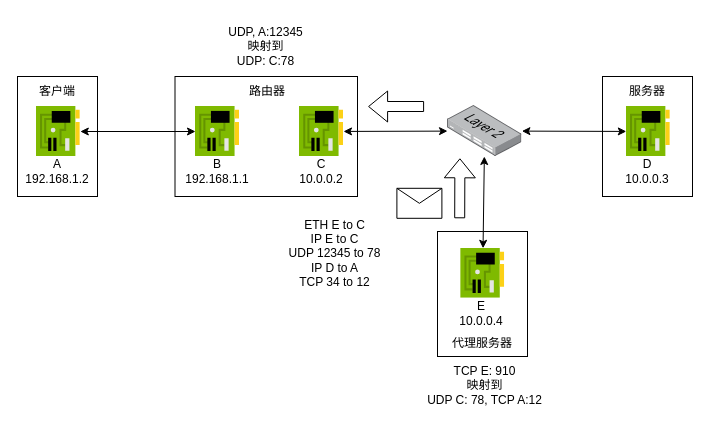
The draw.io diagram example_step10.dio in N2Sys-EDU/Lab3-Documentation, before the edit. Source tidied: cells renumbered, new cells numbered last; positions are measured from the earlier drawing's top-left corner, leaving out a move shared by most shapes. Both pictures are drawn from the tidied source at 100%, with x=0, y=0 at pixel (17, 17).
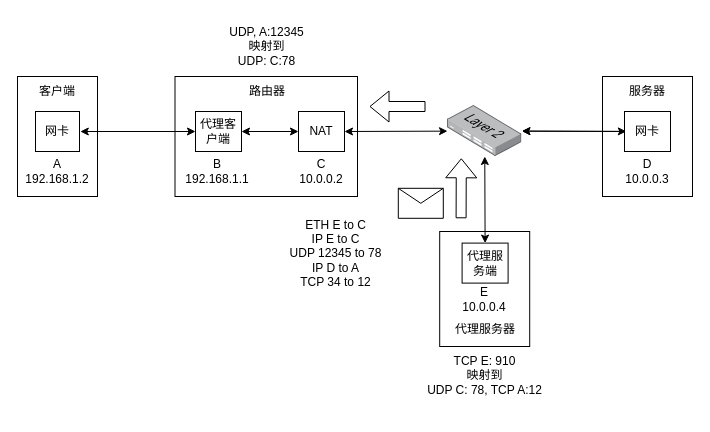
The same page after the edit.

The edit, as a diff of the source:
```diff
@@
     <mxCell id="2" style="shape=message;html=1;html=1;labelPosition=center;verticalLabelPosition=bottom;align=center;verticalAlign=top;" parent="1" vertex="1">
-      <mxGeometry x="379.4" y="170.8" width="45" height="30" as="geometry" />
+      <mxGeometry x="380.8" y="170.8" width="45" height="30" as="geometry" />
     </mxCell>
     <mxCell id="3" style="shape=flexArrow;endArrow=classic;html=1;" parent="1" edge="1">
       <mxGeometry relative="1" as="geometry">
-        <mxPoint x="442.2" y="200.8" as="sourcePoint" />
-        <mxPoint x="442.4" y="140.8" as="targetPoint" />
+        <mxPoint x="443.6" y="200.8" as="sourcePoint" />
+        <mxPoint x="443.8" y="140.8" as="targetPoint" />
       </mxGeometry>
     </mxCell>
     <mxCell id="4" value="ETH E to C&lt;br&gt;IP E to C&lt;br&gt;UDP 12345 to 78&lt;br&gt;IP D to A&lt;br&gt;TCP 34 to 12" style="text;html=1;strokeColor=none;fillColor=none;align=center;verticalAlign=middle;whiteSpace=wrap;rounded=0;" parent="1" vertex="1">
-      <mxGeometry x="256.9" y="190.8" width="121.2" height="90" as="geometry" />
+      <mxGeometry x="258.2" y="190.8" width="121.2" height="90" as="geometry" />
     </mxCell>
+    <mxCell id="30" style="shape=flexArrow;endArrow=classic;html=1;" parent="1" edge="1">
+      <mxGeometry relative="1" as="geometry">
+        <mxPoint x="408" y="89" as="sourcePoint" />
+        <mxPoint x="352" y="89" as="targetPoint" />
+      </mxGeometry>
+    </mxCell>
+    <mxCell id="6" value="TCP E: 910&lt;br&gt;映射到&lt;br&gt;UDP C: 78, TCP A:12" style="text;html=1;strokeColor=none;fillColor=none;align=center;verticalAlign=middle;whiteSpace=wrap;rounded=0;" parent="1" vertex="1">
+      <mxGeometry x="407" y="329" width="121.2" height="58.2" as="geometry" />
+    </mxCell>
     <mxCell id="5" value="UDP, A:12345&lt;br&gt;映射到&lt;br&gt;UDP: C:78" style="text;html=1;strokeColor=none;fillColor=none;align=center;verticalAlign=middle;whiteSpace=wrap;rounded=0;" parent="1" vertex="1">
-      <mxGeometry x="188.1" y="-0.1" width="121.2" height="59.1" as="geometry" />
+      <mxGeometry x="189.4" y="-0.1" width="121.2" height="59.1" as="geometry" />
     </mxCell>
-    <mxCell id="6" value="TCP E: 910&lt;br&gt;映射到&lt;br&gt;UDP C: 78, TCP A:12" style="text;html=1;strokeColor=none;fillColor=none;align=center;verticalAlign=middle;whiteSpace=wrap;rounded=0;" parent="1" vertex="1">
-      <mxGeometry x="406.6" y="339" width="121.2" height="58.2" as="geometry" />
-    </mxCell>
-    <mxCell id="7" style="rounded=0;whiteSpace=wrap;html=1;" parent="1" vertex="1">
-      <mxGeometry x="585" y="59" width="90" height="120" as="geometry" />
-    </mxCell>
-    <mxCell id="8" style="rounded=0;whiteSpace=wrap;html=1;" parent="1" vertex="1">
-      <mxGeometry x="420" y="214" width="90" height="125" as="geometry" />
-    </mxCell>
-    <mxCell id="9" style="rounded=0;whiteSpace=wrap;html=1;" parent="1" vertex="1">
-      <mxGeometry x="157.5" y="59" width="182.5" height="120" as="geometry" />
-    </mxCell>
-    <mxCell id="10" style="rounded=0;whiteSpace=wrap;html=1;" parent="1" vertex="1">
-      <mxGeometry y="59" width="80" height="120" as="geometry" />
-    </mxCell>
+    <mxCell id="31" style="rounded=0;whiteSpace=wrap;html=1;" parent="1" vertex="1">
+      <mxGeometry x="585" y="59" width="90" height="120" as="geometry" />
+    </mxCell>
+    <mxCell id="32" style="rounded=0;whiteSpace=wrap;html=1;" parent="1" vertex="1">
+      <mxGeometry x="422.2" y="214" width="90" height="115" as="geometry" />
+    </mxCell>
+    <mxCell id="33" style="rounded=0;whiteSpace=wrap;html=1;" parent="1" vertex="1">
+      <mxGeometry x="157.5" y="59" width="182.5" height="120" as="geometry" />
+    </mxCell>
+    <mxCell id="34" style="rounded=0;whiteSpace=wrap;html=1;" parent="1" vertex="1">
+      <mxGeometry y="59" width="80" height="120" as="geometry" />
+    </mxCell>
@@
-    <mxCell id="12" style="sketch=0;html=1;points=[];align=center;image;fontSize=12;image=img/lib/mscae/NetworkInterfaceCard.svg;" parent="1" vertex="1">
-      <mxGeometry x="178" y="89" width="44" height="50" as="geometry" />
-    </mxCell>
-    <mxCell id="13" style="sketch=0;html=1;points=[];align=center;image;fontSize=12;image=img/lib/mscae/NetworkInterfaceCard.svg;" parent="1" vertex="1">
-      <mxGeometry x="18.8" y="89" width="44" height="50" as="geometry" />
-    </mxCell>
@@
-    <mxCell id="17" style="endArrow=classic;startArrow=classic;html=1;" parent="1" edge="1" source="13" target="12">
-      <mxGeometry relative="1" as="geometry" />
-    </mxCell>
-    <mxCell id="18" style="sketch=0;html=1;points=[];align=center;image;fontSize=12;image=img/lib/mscae/NetworkInterfaceCard.svg;" parent="1" vertex="1">
-      <mxGeometry x="282" y="89" width="44" height="50" as="geometry" />
-    </mxCell>
+    <mxCell id="35" style="endArrow=classic;startArrow=classic;html=1;" parent="1" edge="1">
+      <mxGeometry relative="1" as="geometry">
+        <mxPoint x="62.8" y="114" as="sourcePoint" />
+        <mxPoint x="178" y="114" as="targetPoint" />
+      </mxGeometry>
+    </mxCell>
@@
-    <mxCell id="21" style="sketch=0;html=1;points=[];align=center;image;fontSize=12;image=img/lib/mscae/NetworkInterfaceCard.svg;" parent="1" vertex="1">
-      <mxGeometry x="608.8" y="89" width="44" height="50" as="geometry" />
-    </mxCell>
@@
-    <mxCell id="23" style="endArrow=classic;startArrow=classic;html=1;" parent="1" edge="1" source="18" target="24">
-      <mxGeometry relative="1" as="geometry" />
-    </mxCell>
-    <mxCell id="24" style="points=[];html=1;align=center;shadow=0;dashed=0;image;image=img/lib/allied_telesis/switch/Switch_24_port_L2.svg;" parent="1" vertex="1">
-      <mxGeometry x="430" y="88" width="74.4" height="51" as="geometry" />
-    </mxCell>
-    <mxCell id="25" style="endArrow=classic;startArrow=classic;html=1;" parent="1" edge="1" source="24" target="21">
-      <mxGeometry relative="1" as="geometry" />
-    </mxCell>
+    <mxCell id="36" style="endArrow=classic;startArrow=classic;html=1;exitX=1;exitY=0.5;exitDx=0;exitDy=0;" parent="1" edge="1" source="43" target="37">
+      <mxGeometry relative="1" as="geometry" />
+    </mxCell>
+    <mxCell id="37" style="points=[];html=1;align=center;shadow=0;dashed=0;image;image=img/lib/allied_telesis/switch/Switch_24_port_L2.svg;" parent="1" vertex="1">
+      <mxGeometry x="430" y="88" width="74.4" height="51" as="geometry" />
+    </mxCell>
+    <mxCell id="38" style="endArrow=classic;startArrow=classic;html=1;" parent="1" edge="1" source="37">
+      <mxGeometry relative="1" as="geometry">
+        <mxPoint x="608.8" y="113.9" as="targetPoint" />
+      </mxGeometry>
+    </mxCell>
     <mxCell id="26" value="代理服务器" style="text;html=1;strokeColor=none;fillColor=none;align=center;verticalAlign=middle;whiteSpace=wrap;rounded=0;" parent="1" vertex="1">
-      <mxGeometry x="425.2" y="310.8" width="80" height="30" as="geometry" />
+      <mxGeometry x="427.6" y="297.4" width="80" height="30" as="geometry" />
     </mxCell>
-    <mxCell id="27" style="sketch=0;html=1;points=[];align=center;image;fontSize=12;image=img/lib/mscae/NetworkInterfaceCard.svg;" parent="1" vertex="1">
-      <mxGeometry x="443.2" y="230.8" width="44" height="50" as="geometry" />
-    </mxCell>
     <mxCell id="28" value="E&lt;br&gt;10.0.0.4" style="text;html=1;strokeColor=none;fillColor=none;align=center;verticalAlign=middle;whiteSpace=wrap;rounded=0;" parent="1" vertex="1">
-      <mxGeometry x="424.4" y="280.8" width="80" height="30" as="geometry" />
+      <mxGeometry x="426.8" y="267.4" width="80" height="30" as="geometry" />
     </mxCell>
-    <mxCell id="29" style="endArrow=classic;startArrow=classic;html=1;" parent="1" edge="1" source="24" target="27">
-      <mxGeometry relative="1" as="geometry" />
-    </mxCell>
-    <mxCell id="30" style="shape=flexArrow;endArrow=classic;html=1;" parent="1" edge="1">
-      <mxGeometry relative="1" as="geometry">
-        <mxPoint x="406.6" y="89" as="sourcePoint" />
-        <mxPoint x="350.6" y="89" as="targetPoint" />
-      </mxGeometry>
-    </mxCell>
+    <mxCell id="39" style="endArrow=classic;startArrow=classic;html=1;entryX=0.5;entryY=0;entryDx=0;entryDy=0;" parent="1" edge="1" source="37" target="46">
+      <mxGeometry relative="1" as="geometry" />
+    </mxCell>
+    <mxCell id="40" value="网卡" style="rounded=0;whiteSpace=wrap;html=1;" parent="1" vertex="1">
+      <mxGeometry x="18" y="94" width="44" height="40" as="geometry" />
+    </mxCell>
+    <mxCell id="41" style="edgeStyle=none;html=1;exitX=1;exitY=0.5;exitDx=0;exitDy=0;entryX=0;entryY=0.5;entryDx=0;entryDy=0;startArrow=classic;startFill=1;" parent="1" edge="1" source="42" target="43">
+      <mxGeometry relative="1" as="geometry" />
+    </mxCell>
+    <mxCell id="42" value="代理客户端" style="rounded=0;whiteSpace=wrap;html=1;" parent="1" vertex="1">
+      <mxGeometry x="178" y="94" width="46" height="40" as="geometry" />
+    </mxCell>
+    <mxCell id="43" value="NAT" style="rounded=0;whiteSpace=wrap;html=1;" parent="1" vertex="1">
+      <mxGeometry x="281" y="94" width="46" height="40" as="geometry" />
+    </mxCell>
+    <mxCell id="44" style="edgeStyle=none;html=1;exitX=0;exitY=0.5;exitDx=0;exitDy=0;" parent="1" edge="1" source="45" target="37">
+      <mxGeometry relative="1" as="geometry" />
+    </mxCell>
+    <mxCell id="45" value="网卡" style="rounded=0;whiteSpace=wrap;html=1;" parent="1" vertex="1">
+      <mxGeometry x="607" y="94" width="46" height="40" as="geometry" />
+    </mxCell>
+    <mxCell id="46" value="代理服务端" style="rounded=0;whiteSpace=wrap;html=1;" parent="1" vertex="1">
+      <mxGeometry x="444.6" y="225.6" width="46" height="40" as="geometry" />
+    </mxCell>
```
